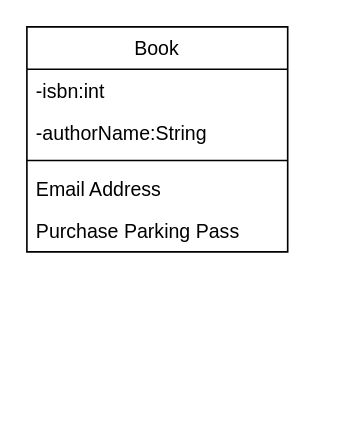
This is Exercise2ClassDiagram.drawio from aiin-syafikah/Week-2, a draw.io file, before an edit. Source tidied: cells renumbered, new cells numbered last; positions are measured from the earlier drawing's top-left corner, leaving out a move shared by most shapes. Both pictures are drawn from the tidied source at 163%, with x=0, y=0 at pixel (26, 26).
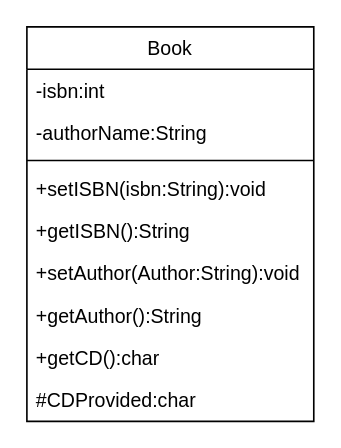
After the change.

Change to the diagram source:
```diff
@@
 <mxGraphModel>
   <root>
     <mxCell id="0" />
     <mxCell id="1" parent="0" />
     <mxCell id="2" value="Book" style="swimlane;fontStyle=0;align=center;verticalAlign=top;horizontal=1;startSize=26;rounded=0;shadow=0;strokeWidth=1;" parent="1" vertex="1">
-      <mxGeometry width="160" height="138" as="geometry" />
+      <mxGeometry width="176" height="242" as="geometry" />
     </mxCell>
     <mxCell id="3" value="-isbn:int" style="text;align=left;verticalAlign=top;spacingLeft=4;spacingRight=4;overflow=hidden;" parent="2" vertex="1">
-      <mxGeometry y="26" width="160" height="26" as="geometry" />
+      <mxGeometry y="26" width="176" height="26" as="geometry" />
     </mxCell>
     <mxCell id="4" value="-authorName:String" style="text;align=left;verticalAlign=top;spacingLeft=4;spacingRight=4;overflow=hidden;rounded=0;shadow=0;html=0;" parent="2" vertex="1">
-      <mxGeometry y="52" width="160" height="26" as="geometry" />
+      <mxGeometry y="52" width="176" height="26" as="geometry" />
     </mxCell>
     <mxCell id="5" style="line;html=1;strokeWidth=1;align=left;verticalAlign=middle;spacingTop=-1;spacingLeft=3;spacingRight=3;labelPosition=right;" parent="2" vertex="1">
-      <mxGeometry y="78" width="160" height="8" as="geometry" />
+      <mxGeometry y="78" width="176" height="8" as="geometry" />
     </mxCell>
-    <mxCell id="6" value="Email Address" style="text;align=left;verticalAlign=top;spacingLeft=4;spacingRight=4;overflow=hidden;rounded=0;shadow=0;html=0;" parent="2" vertex="1">
-      <mxGeometry y="86" width="160" height="26" as="geometry" />
+    <mxCell id="6" value="+setISBN(isbn:String):void" style="text;align=left;verticalAlign=top;spacingLeft=4;spacingRight=4;overflow=hidden;rounded=0;shadow=0;html=0;" parent="2" vertex="1">
+      <mxGeometry y="86" width="176" height="26" as="geometry" />
     </mxCell>
-    <mxCell id="7" value="Purchase Parking Pass" style="text;align=left;verticalAlign=top;spacingLeft=4;spacingRight=4;overflow=hidden;" parent="2" vertex="1">
-      <mxGeometry y="112" width="160" height="26" as="geometry" />
+    <mxCell id="7" value="+getISBN():String" style="text;align=left;verticalAlign=top;spacingLeft=4;spacingRight=4;overflow=hidden;" parent="2" vertex="1">
+      <mxGeometry y="112" width="176" height="26" as="geometry" />
     </mxCell>
+    <mxCell id="8" value="+setAuthor(Author:String):void" style="text;align=left;verticalAlign=top;spacingLeft=4;spacingRight=4;overflow=hidden;" parent="2" vertex="1">
+      <mxGeometry y="138" width="176" height="26" as="geometry" />
+    </mxCell>
+    <mxCell id="9" value="+getAuthor():String" style="text;align=left;verticalAlign=top;spacingLeft=4;spacingRight=4;overflow=hidden;" parent="2" vertex="1">
+      <mxGeometry y="164" width="176" height="26" as="geometry" />
+    </mxCell>
+    <mxCell id="10" value="+getCD():char" style="text;align=left;verticalAlign=top;spacingLeft=4;spacingRight=4;overflow=hidden;" parent="2" vertex="1">
+      <mxGeometry y="190" width="176" height="26" as="geometry" />
+    </mxCell>
+    <mxCell id="11" value="#CDProvided:char" style="text;align=left;verticalAlign=top;spacingLeft=4;spacingRight=4;overflow=hidden;" parent="2" vertex="1">
+      <mxGeometry y="216" width="176" height="26" as="geometry" />
+    </mxCell>
   </root>
 </mxGraphModel>
```
